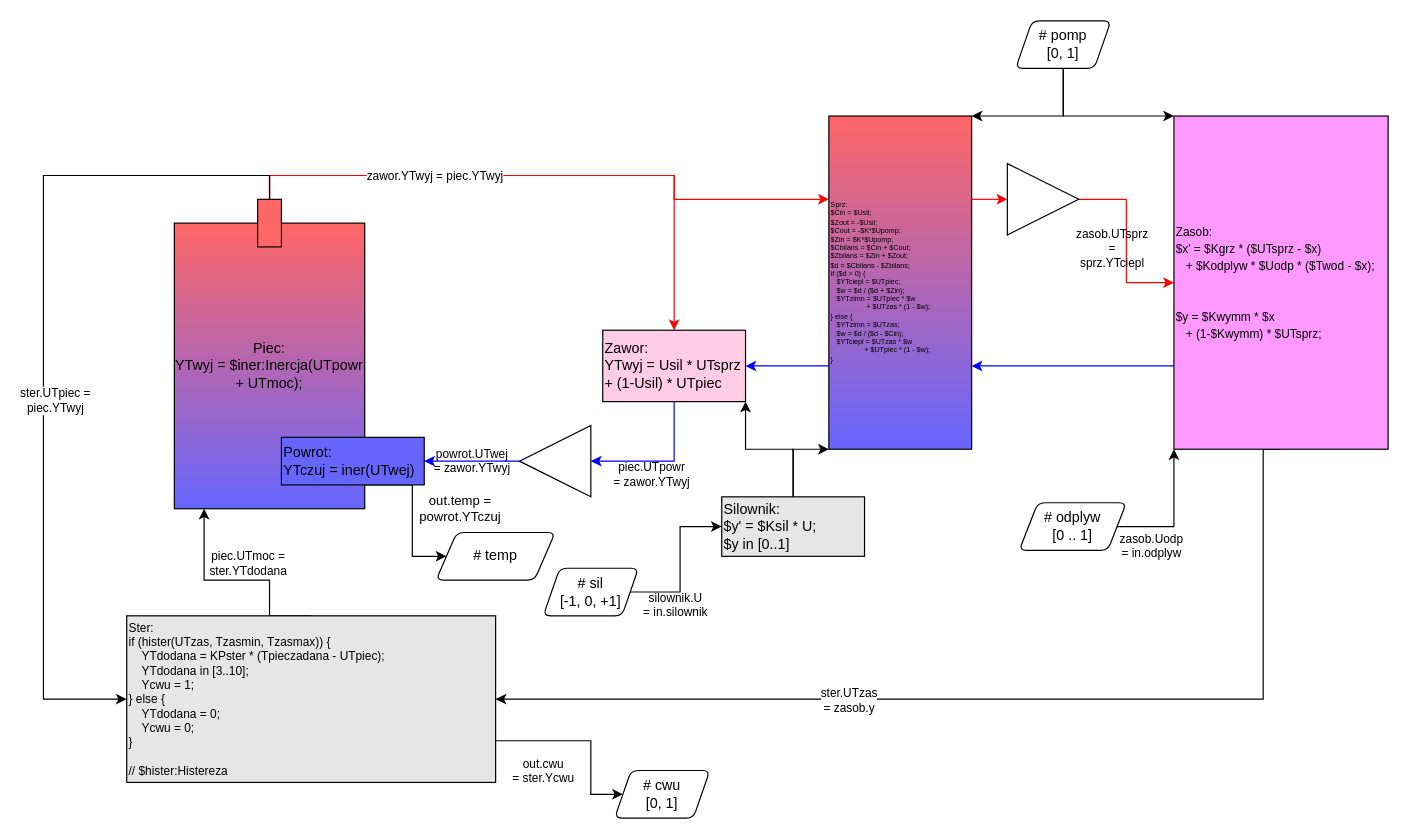
Earlier version of the draw.io diagram doc/TestModelDiagram.drawio (kildom/deprecated). Source tidied: cells renumbered, new cells numbered last; positions are measured from the earlier drawing's top-left corner, leaving out a move shared by most shapes. Both pictures are drawn from the tidied source at 119%, with x=0, y=0 at pixel (43, 20).
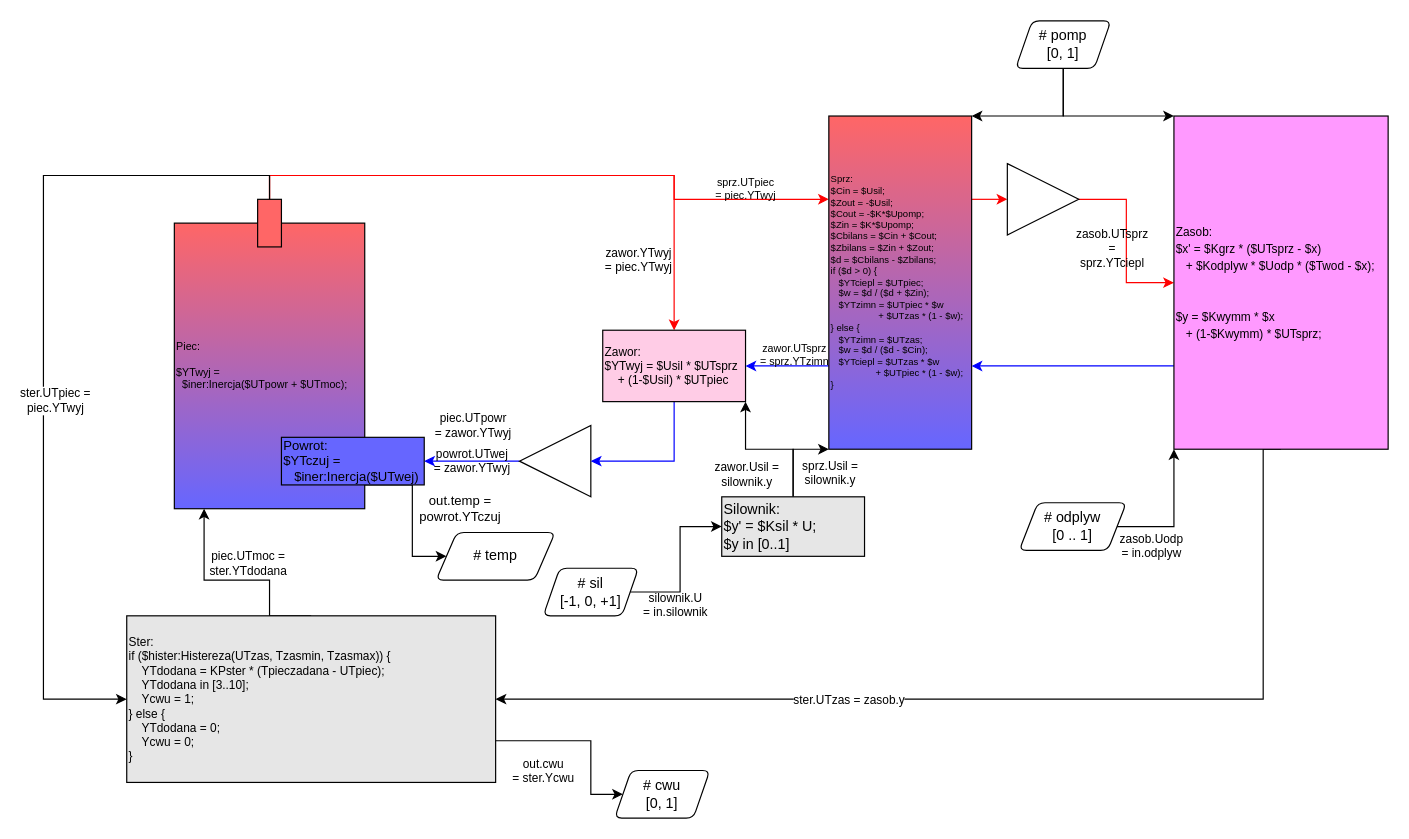
Above is the later version.

Commit message (it also covers changes not shown here):
Small fixes in model generator

Unchanged cells that the change refers to:
```xml
<mxCell id="6" style="edgeStyle=orthogonalEdgeStyle;rounded=0;jettySize=auto;html=1;exitX=0.5;exitY=0;exitDx=0;exitDy=0;entryX=0;entryY=0.25;entryDx=0;entryDy=0;strokeColor=#FF0000;" parent="1" edge="1" source="10" target="22">
  <mxGeometry relative="1" as="geometry">
    <Array as="points">
      <mxPoint x="190" y="130" />
      <mxPoint x="530" y="130" />
      <mxPoint x="530" y="150" />
    </Array>
  </mxGeometry>
</mxCell>
<mxCell id="13" style="edgeStyle=orthogonalEdgeStyle;rounded=0;jettySize=auto;html=1;exitX=0.5;exitY=1;exitDx=0;exitDy=0;entryX=0;entryY=0.5;entryDx=0;entryDy=0;strokeColor=#0000FF;" parent="1" edge="1" source="15" target="12">
  <mxGeometry relative="1" as="geometry" />
</mxCell>
<mxCell id="20" style="edgeStyle=orthogonalEdgeStyle;rounded=0;jettySize=auto;html=1;exitX=0;exitY=0.75;exitDx=0;exitDy=0;entryX=1;entryY=0.5;entryDx=0;entryDy=0;strokeColor=#0000FF;" parent="1" edge="1" source="22" target="15">
  <mxGeometry relative="1" as="geometry" />
</mxCell>
<mxCell id="23" style="edgeStyle=orthogonalEdgeStyle;rounded=0;jettySize=auto;html=1;exitX=0.5;exitY=0;exitDx=0;exitDy=0;entryX=1;entryY=1;entryDx=0;entryDy=0;" parent="1" edge="1" source="25" target="15">
  <mxGeometry relative="1" as="geometry" />
</mxCell>
<mxCell id="24" style="edgeStyle=orthogonalEdgeStyle;rounded=0;jettySize=auto;html=1;exitX=0.5;exitY=0;exitDx=0;exitDy=0;entryX=0;entryY=1;entryDx=0;entryDy=0;" parent="1" edge="1" source="25" target="22">
  <mxGeometry relative="1" as="geometry">
    <Array as="points">
      <mxPoint x="630" y="360" />
    </Array>
  </mxGeometry>
</mxCell>
<mxCell id="30" style="edgeStyle=orthogonalEdgeStyle;rounded=0;jettySize=auto;html=1;exitX=0.5;exitY=1;exitDx=0;exitDy=0;entryX=1;entryY=0.5;entryDx=0;entryDy=0;strokeColor=#000000;" parent="1" edge="1" source="32" target="42">
  <mxGeometry relative="1" as="geometry">
    <Array as="points">
      <mxPoint x="1025" y="570" />
    </Array>
  </mxGeometry>
</mxCell>
```

Diff of the diagram source:
```diff
@@
-    <mxCell id="3" value="Piec:&lt;br&gt;YTwyj = $iner:Inercja(UTpowr + UTmoc);" style="rounded=0;whiteSpace=wrap;html=1;gradientColor=#6666FF;fillColor=#FF6666;" parent="1" vertex="1">
+    <mxCell id="3" value="Piec:&lt;br style=&quot;font-size: 9px;&quot;&gt;&lt;br style=&quot;font-size: 9px;&quot;&gt;$YTwyj =&lt;br style=&quot;font-size: 9px;&quot;&gt;&amp;nbsp; $iner:Inercja($UTpowr + $UTmoc);" style="rounded=0;whiteSpace=wrap;html=1;gradientColor=#6666FF;fillColor=#FF6666;align=left;fontSize=9;" parent="1" vertex="1">
       <mxGeometry x="110" y="170" width="160" height="240" as="geometry" />
     </mxCell>
-    <mxCell id="4" value="Powrot:&lt;br&gt;YTczuj = iner(UTwej)" style="rounded=0;whiteSpace=wrap;html=1;fillColor=#6666FF;gradientColor=none;align=left;" parent="1" vertex="1">
+    <mxCell id="4" value="Powrot:&lt;br style=&quot;font-size: 11px;&quot;&gt;$YTczuj =&lt;br style=&quot;font-size: 11px;&quot;&gt;&amp;nbsp; &amp;nbsp;$iner:Inercja($UTwej)" style="rounded=0;whiteSpace=wrap;html=1;fillColor=#6666FF;gradientColor=none;align=left;fontSize=11;" parent="1" vertex="1">
       <mxGeometry x="200" y="350" width="120" height="40" as="geometry" />
     </mxCell>
@@
-    <mxCell id="7" value="zawor.YTwyj = piec.YTwyj" style="text;html=1;align=center;verticalAlign=middle;labelBackgroundColor=#ffffff;fontSize=10;" parent="6" vertex="1">
-      <mxGeometry x="-0.38" y="1" relative="1" as="geometry" />
+    <mxCell id="7" value="zawor.YTwyj&lt;br&gt;= piec.YTwyj" style="text;html=1;align=center;verticalAlign=middle;labelBackgroundColor=#ffffff;fontSize=10;" parent="6" vertex="1">
+      <mxGeometry x="-0.38" y="1" relative="1" as="geometry">
+        <mxPoint x="171.2" y="71" as="offset" />
+      </mxGeometry>
     </mxCell>
+    <mxCell id="44" value="sprz.UTpiec&lt;br&gt;= piec.YTwyj" style="text;html=1;align=center;verticalAlign=middle;fontSize=9;fontFamily=Helvetica;" parent="6" vertex="1">
+      <mxGeometry x="0.66" y="-1" relative="1" as="geometry">
+        <mxPoint x="16" y="-11" as="offset" />
+      </mxGeometry>
+    </mxCell>
@@
     <mxCell id="14" value="piec.UTpowr&lt;br style=&quot;font-size: 10px;&quot;&gt;= zawor.YTwyj" style="text;html=1;align=center;verticalAlign=middle;labelBackgroundColor=none;fontSize=10;" parent="13" vertex="1">
       <mxGeometry x="-0.18" y="-15" relative="1" as="geometry">
-        <mxPoint x="-5" y="11" as="offset" />
+        <mxPoint x="-155" y="-29.2" as="offset" />
       </mxGeometry>
     </mxCell>
-    <mxCell id="15" value="Zawor:&lt;br&gt;YTwyj = Usil * UTsprz + (1-Usil) * UTpiec" style="rounded=0;whiteSpace=wrap;html=1;fillColor=#FFCCE6;gradientColor=none;align=left;" parent="1" vertex="1">
+    <mxCell id="15" value="Zawor:&lt;br style=&quot;font-size: 10px&quot;&gt;$YTwyj = $Usil * $UTsprz&lt;br&gt;&amp;nbsp; &amp;nbsp; + (1-$Usil) * $UTpiec" style="rounded=0;whiteSpace=wrap;html=1;fillColor=#FFCCE6;gradientColor=none;align=left;fontSize=10;" parent="1" vertex="1">
       <mxGeometry x="470" y="260" width="120" height="60" as="geometry" />
     </mxCell>
@@
+    <mxCell id="45" value="zawor.UTsprz&lt;br&gt;= sprz.YTzimn" style="text;html=1;align=center;verticalAlign=middle;fontSize=9;fontFamily=Helvetica;" parent="20" vertex="1">
+      <mxGeometry x="-0.13" relative="1" as="geometry">
+        <mxPoint y="-10" as="offset" />
+      </mxGeometry>
+    </mxCell>
@@
-    <mxCell id="22" value="&lt;font style=&quot;font-size: 6px&quot;&gt;Sprz:&lt;br style=&quot;font-size: 6px&quot;&gt;$Cin = $Usil;&lt;br style=&quot;font-size: 6px&quot;&gt;$Zout = -$Usil;&lt;br style=&quot;font-size: 6px&quot;&gt;$Cout = -$K*$Upomp;&lt;br style=&quot;font-size: 6px&quot;&gt;$Zin = $K*$Upomp;&lt;br style=&quot;font-size: 6px&quot;&gt;$Cbilans = $Cin + $Cout;&lt;br style=&quot;font-size: 6px&quot;&gt;$Zbilans = $Zin + $Zout;&lt;br style=&quot;font-size: 6px&quot;&gt;$d = $Cbilans - $Zbilans;&lt;br style=&quot;font-size: 6px&quot;&gt;if ($d &amp;gt; 0) {&lt;br style=&quot;font-size: 6px&quot;&gt;&amp;nbsp; &amp;nbsp;$YTciepl = $UTpiec;&lt;br style=&quot;font-size: 6px&quot;&gt;&amp;nbsp; &amp;nbsp;$w = $d / ($d + $Zin);&lt;br style=&quot;font-size: 6px&quot;&gt;&amp;nbsp; &amp;nbsp;$YTzimn = $UTpiec * $w&lt;br&gt;&amp;nbsp; &amp;nbsp; &amp;nbsp; &amp;nbsp; &amp;nbsp; &amp;nbsp; &amp;nbsp; &amp;nbsp; &amp;nbsp; + $UTzas * (1 - $w);&lt;br style=&quot;font-size: 6px&quot;&gt;} else {&lt;br style=&quot;font-size: 6px&quot;&gt;&amp;nbsp; &amp;nbsp;$YTzimn = $UTzas;&lt;br style=&quot;font-size: 6px&quot;&gt;&amp;nbsp; &amp;nbsp;$w = $d / ($d - $Cin);&lt;br style=&quot;font-size: 6px&quot;&gt;&amp;nbsp; &amp;nbsp;$YTciepl = $UTzas * $w&lt;br&gt;&amp;nbsp; &amp;nbsp; &amp;nbsp; &amp;nbsp; &amp;nbsp; &amp;nbsp; &amp;nbsp; &amp;nbsp; &amp;nbsp;+ $UTpiec * (1 - $w);&lt;br&gt;}&lt;br style=&quot;font-size: 6px&quot;&gt;&lt;/font&gt;" style="rounded=0;whiteSpace=wrap;html=1;gradientColor=#6666FF;fillColor=#FF6666;align=left;fontSize=6;" parent="1" vertex="1">
+    <mxCell id="22" value="&lt;font style=&quot;font-size: 8px;&quot;&gt;Sprz:&lt;br style=&quot;font-size: 8px;&quot;&gt;$Cin = $Usil;&lt;br style=&quot;font-size: 8px;&quot;&gt;$Zout = -$Usil;&lt;br style=&quot;font-size: 8px;&quot;&gt;$Cout = -$K*$Upomp;&lt;br style=&quot;font-size: 8px;&quot;&gt;$Zin = $K*$Upomp;&lt;br style=&quot;font-size: 8px;&quot;&gt;$Cbilans = $Cin + $Cout;&lt;br style=&quot;font-size: 8px;&quot;&gt;$Zbilans = $Zin + $Zout;&lt;br style=&quot;font-size: 8px;&quot;&gt;$d = $Cbilans - $Zbilans;&lt;br style=&quot;font-size: 8px;&quot;&gt;if ($d &amp;gt; 0) {&lt;br style=&quot;font-size: 8px;&quot;&gt;&amp;nbsp; &amp;nbsp;$YTciepl = $UTpiec;&lt;br style=&quot;font-size: 8px;&quot;&gt;&amp;nbsp; &amp;nbsp;$w = $d / ($d + $Zin);&lt;br style=&quot;font-size: 8px;&quot;&gt;&amp;nbsp; &amp;nbsp;$YTzimn = $UTpiec * $w&lt;br style=&quot;font-size: 8px;&quot;&gt;&amp;nbsp; &amp;nbsp; &amp;nbsp; &amp;nbsp; &amp;nbsp; &amp;nbsp; &amp;nbsp; &amp;nbsp; &amp;nbsp; + $UTzas * (1 - $w);&lt;br style=&quot;font-size: 8px;&quot;&gt;} else {&lt;br style=&quot;font-size: 8px;&quot;&gt;&amp;nbsp; &amp;nbsp;$YTzimn = $UTzas;&lt;br style=&quot;font-size: 8px;&quot;&gt;&amp;nbsp; &amp;nbsp;$w = $d / ($d - $Cin);&lt;br style=&quot;font-size: 8px;&quot;&gt;&amp;nbsp; &amp;nbsp;$YTciepl = $UTzas * $w&lt;br style=&quot;font-size: 8px;&quot;&gt;&amp;nbsp; &amp;nbsp; &amp;nbsp; &amp;nbsp; &amp;nbsp; &amp;nbsp; &amp;nbsp; &amp;nbsp; &amp;nbsp;+ $UTpiec * (1 - $w);&lt;br style=&quot;font-size: 8px;&quot;&gt;}&lt;br style=&quot;font-size: 8px;&quot;&gt;&lt;/font&gt;" style="rounded=0;whiteSpace=wrap;html=1;gradientColor=#6666FF;fillColor=#FF6666;align=left;fontSize=8;" parent="1" vertex="1">
       <mxGeometry x="660" y="80" width="120" height="280" as="geometry" />
     </mxCell>
@@
+    <mxCell id="46" value="zawor.Usil =&lt;br&gt;silownik.y" style="text;html=1;align=center;verticalAlign=middle;fontSize=10;fontFamily=Helvetica;" parent="23" vertex="1">
+      <mxGeometry x="0.57" y="1" relative="1" as="geometry">
+        <mxPoint x="1" y="34" as="offset" />
+      </mxGeometry>
+    </mxCell>
@@
+    <mxCell id="47" value="sprz.Usil =&lt;br&gt;silownik.y" style="text;html=1;align=center;verticalAlign=middle;fontSize=10;fontFamily=Helvetica;" parent="24" vertex="1">
+      <mxGeometry x="0.7" relative="1" as="geometry">
+        <mxPoint x="10.8" y="20" as="offset" />
+      </mxGeometry>
+    </mxCell>
@@
-    <mxCell id="31" value="ster.UTzas&lt;br style=&quot;font-size: 10px;&quot;&gt;= zasob.y" style="text;html=1;align=center;verticalAlign=middle;labelBackgroundColor=#ffffff;fontSize=10;" parent="30" vertex="1">
+    <mxCell id="31" value="ster.UTzas = zasob.y" style="text;html=1;align=center;verticalAlign=middle;labelBackgroundColor=#ffffff;fontSize=10;" parent="30" vertex="1">
       <mxGeometry x="0.32" relative="1" as="geometry" />
     </mxCell>
@@
-    <mxCell id="42" value="&lt;font style=&quot;font-size: 10px&quot;&gt;&lt;font style=&quot;font-size: 10px&quot;&gt;Ster:&lt;br style=&quot;font-size: 10px&quot;&gt;if (hister(UTzas, Tzasmin, Tzasmax)) {&lt;br style=&quot;font-size: 10px&quot;&gt;&amp;nbsp; &amp;nbsp; YTdodana = KPster * (Tpieczadana - UTpiec);&lt;br style=&quot;font-size: 10px&quot;&gt;&amp;nbsp; &amp;nbsp; YTdodana in [3..10];&lt;br style=&quot;font-size: 10px&quot;&gt;&amp;nbsp; &amp;nbsp; Ycwu = 1;&lt;br style=&quot;font-size: 10px&quot;&gt;} else {&lt;br style=&quot;font-size: 10px&quot;&gt;&amp;nbsp; &amp;nbsp; YTdodana = 0;&lt;br style=&quot;font-size: 10px&quot;&gt;&amp;nbsp; &amp;nbsp; Ycwu = 0;&lt;br style=&quot;font-size: 10px&quot;&gt;}&lt;br&gt;&lt;/font&gt;&lt;br&gt;// $hister:Histereza&lt;br style=&quot;font-size: 10px&quot;&gt;&lt;/font&gt;" style="rounded=0;whiteSpace=wrap;html=1;fillColor=#E6E6E6;gradientColor=none;align=left;fontSize=10;fontFamily=Helvetica;" parent="1" vertex="1">
+    <mxCell id="42" value="&lt;font style=&quot;font-size: 10px&quot;&gt;&lt;font style=&quot;font-size: 10px&quot;&gt;Ster:&lt;br style=&quot;font-size: 10px&quot;&gt;if ($hister:Histereza(UTzas, Tzasmin, Tzasmax)) {&lt;br style=&quot;font-size: 10px&quot;&gt;&amp;nbsp; &amp;nbsp; YTdodana = KPster * (Tpieczadana - UTpiec);&lt;br style=&quot;font-size: 10px&quot;&gt;&amp;nbsp; &amp;nbsp; YTdodana in [3..10];&lt;br style=&quot;font-size: 10px&quot;&gt;&amp;nbsp; &amp;nbsp; Ycwu = 1;&lt;br style=&quot;font-size: 10px&quot;&gt;} else {&lt;br style=&quot;font-size: 10px&quot;&gt;&amp;nbsp; &amp;nbsp; YTdodana = 0;&lt;br style=&quot;font-size: 10px&quot;&gt;&amp;nbsp; &amp;nbsp; Ycwu = 0;&lt;br style=&quot;font-size: 10px&quot;&gt;}&lt;/font&gt;&lt;br style=&quot;font-size: 10px&quot;&gt;&lt;/font&gt;" style="rounded=0;whiteSpace=wrap;html=1;fillColor=#E6E6E6;gradientColor=none;align=left;fontSize=10;fontFamily=Helvetica;" parent="1" vertex="1">
       <mxGeometry x="70" y="500" width="310" height="140" as="geometry" />
     </mxCell>
```
